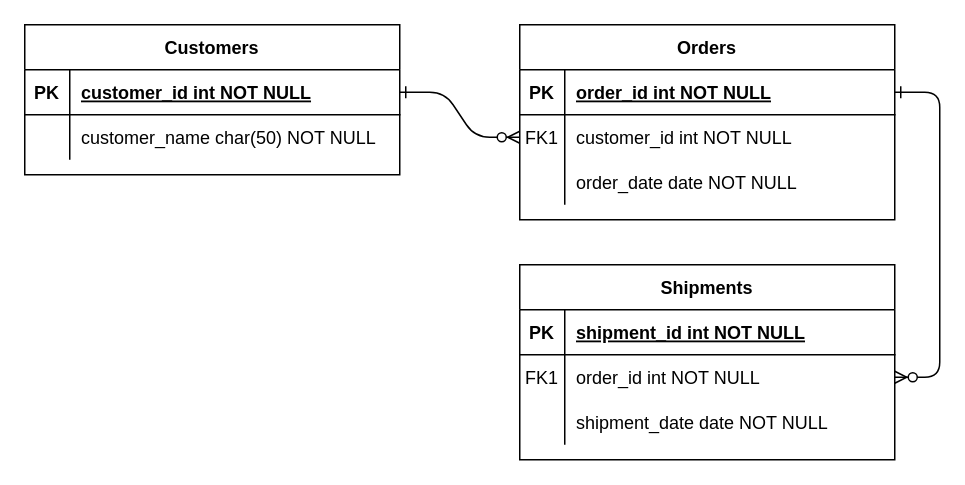
Earlier version of the draw.io diagram Untitled Diagram.drawio (ilhan-muzamir/random-poli-repo). Source tidied: cells renumbered, new cells numbered last; positions are measured from the earlier drawing's top-left corner, leaving out a move shared by most shapes. Both pictures are drawn from the tidied source at 150%, with x=0, y=0 at pixel (24, 24).
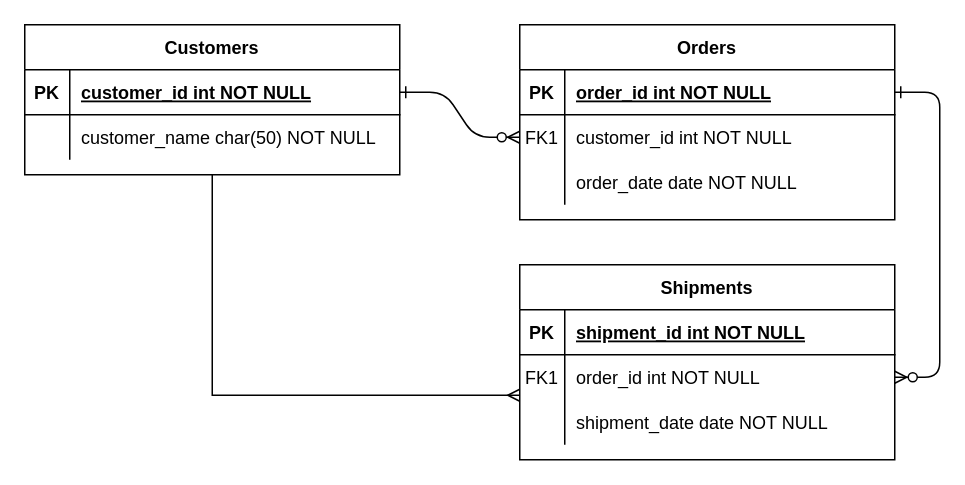
Above is the later version.

The change refers to these unchanged cells:
```xml
<mxCell id="21" style="shape=partialRectangle;fillColor=none;points=[[0,0.5],[1,0.5]];portConstraint=eastwest;top=0;left=0;right=0;bottom=0;" parent="14" vertex="1">
  <mxGeometry y="90" width="250" height="30" as="geometry" />
</mxCell>
<mxCell id="24" value="Customers" style="shape=table;startSize=30;childLayout=tableLayout;rowLines=0;fontStyle=1;align=center;" parent="1" vertex="1">
  <mxGeometry width="250" height="100" as="geometry" />
</mxCell>
```

What changed in the source:
```diff
@@
+    <mxCell id="31" style="edgeStyle=orthogonalEdgeStyle;rounded=0;jettySize=auto;html=1;entryX=0;entryY=-0.1;entryDx=0;entryDy=0;entryPerimeter=0;endArrow=ERmany;endFill=0;" parent="1" edge="1" source="24" target="21">
+      <mxGeometry relative="1" as="geometry" />
+    </mxCell>
```
